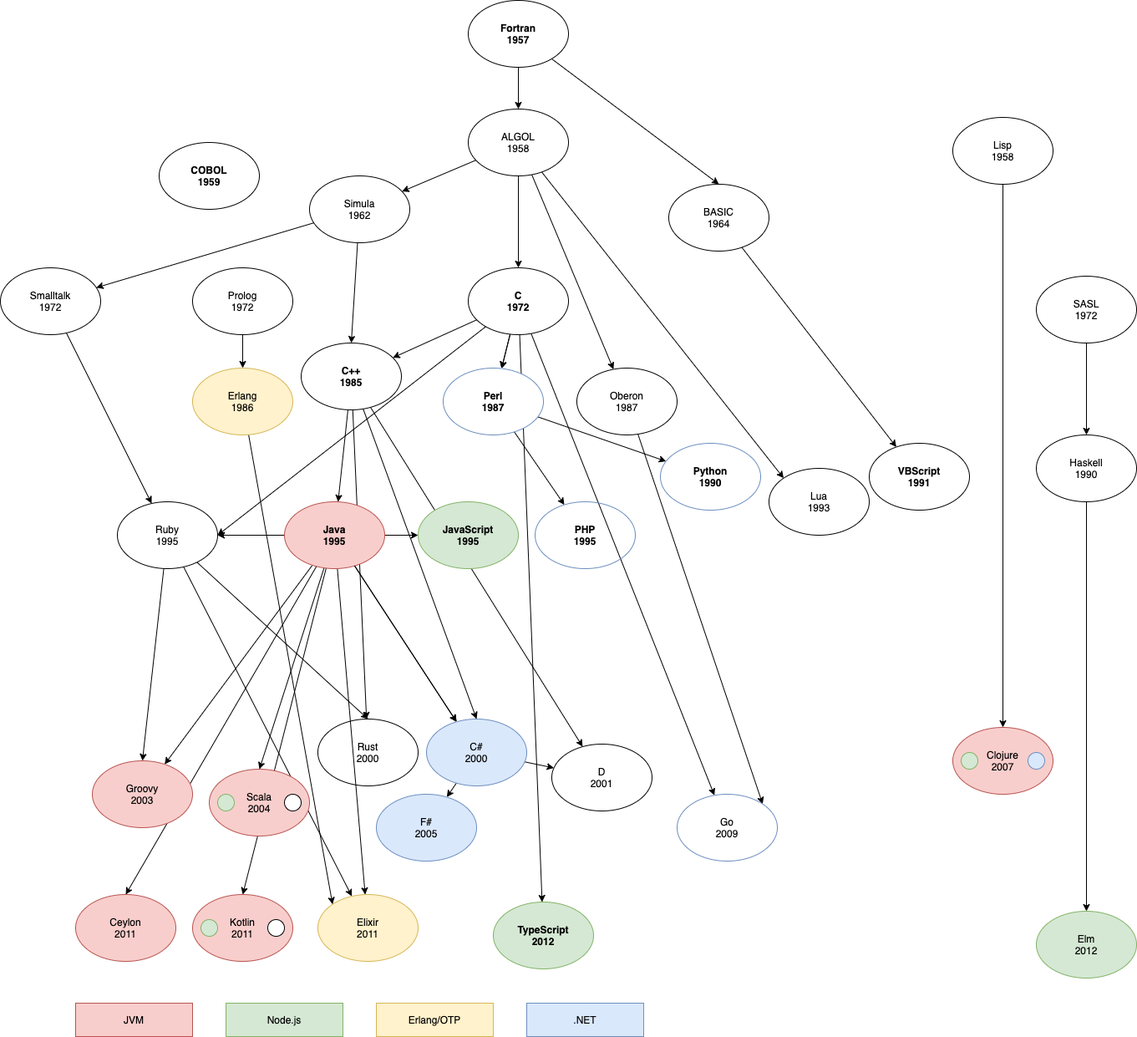
The draw.io diagram lang-tree.png in trutvo/dev-ecosystems, before a commit. Source tidied: cells renumbered, new cells last; positions are measured from the earlier drawing's top-left corner, leaving out a move shared by most shapes.
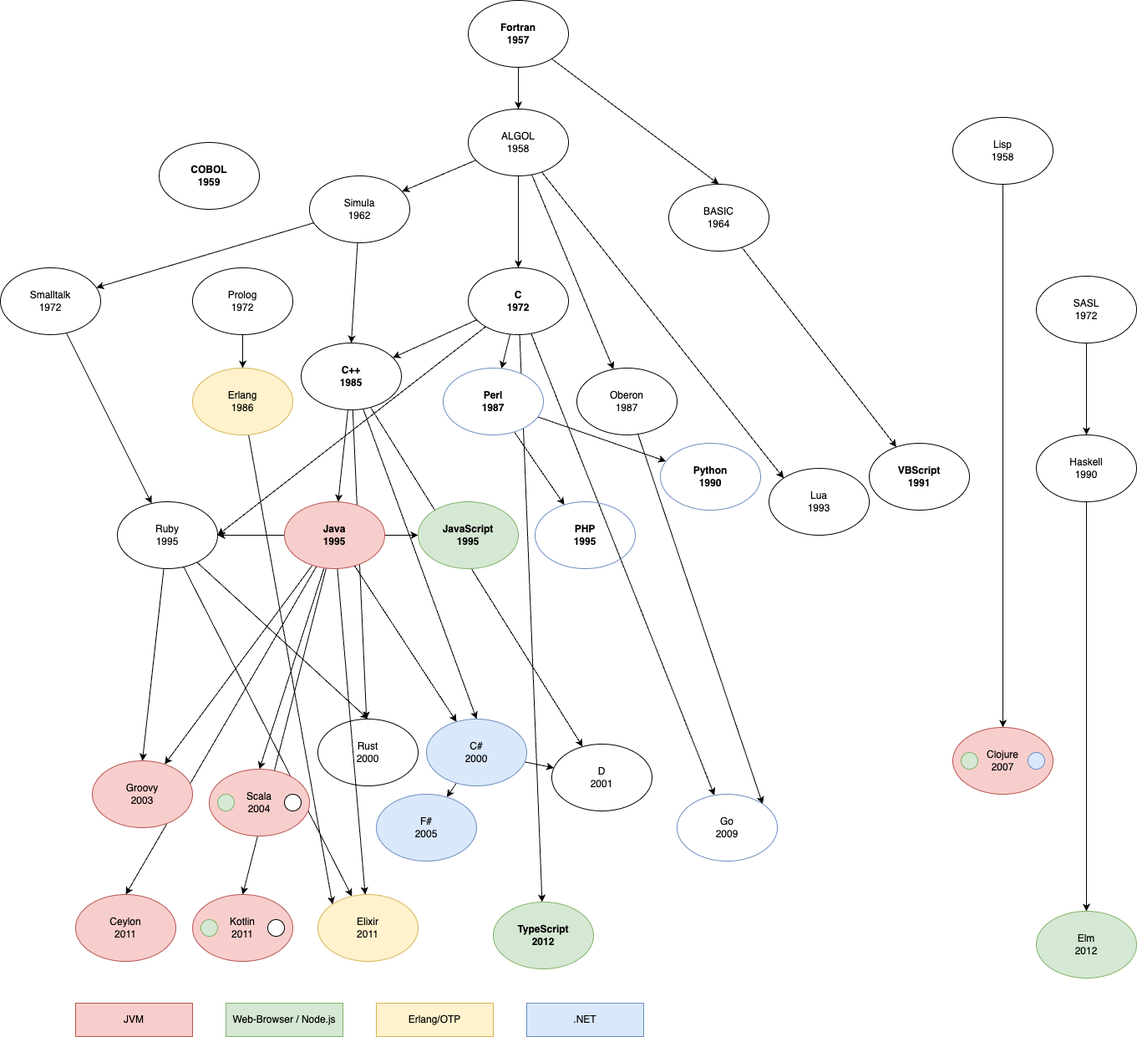
After the change.

Change to the diagram source:
```diff
@@ -254,7 +254,7 @@
     <mxCell id="85" value="JVM" style="rounded=0;whiteSpace=wrap;html=1;fillColor=#f8cecc;strokeColor=#b85450;" parent="1" vertex="1">
       <mxGeometry x="90" y="1200" width="140" height="40" as="geometry" />
     </mxCell>
-    <mxCell id="86" value="Node.js" style="rounded=0;whiteSpace=wrap;html=1;fillColor=#d5e8d4;strokeColor=#82b366;" parent="1" vertex="1">
+    <mxCell id="86" value="Web-Browser / Node.js" style="rounded=0;whiteSpace=wrap;html=1;fillColor=#d5e8d4;strokeColor=#82b366;" parent="1" vertex="1">
       <mxGeometry x="270" y="1200" width="140" height="40" as="geometry" />
     </mxCell>
     <mxCell id="87" value="Erlang/OTP" style="rounded=0;whiteSpace=wrap;html=1;fillColor=#fff2cc;strokeColor=#d6b656;" parent="1" vertex="1">
```
